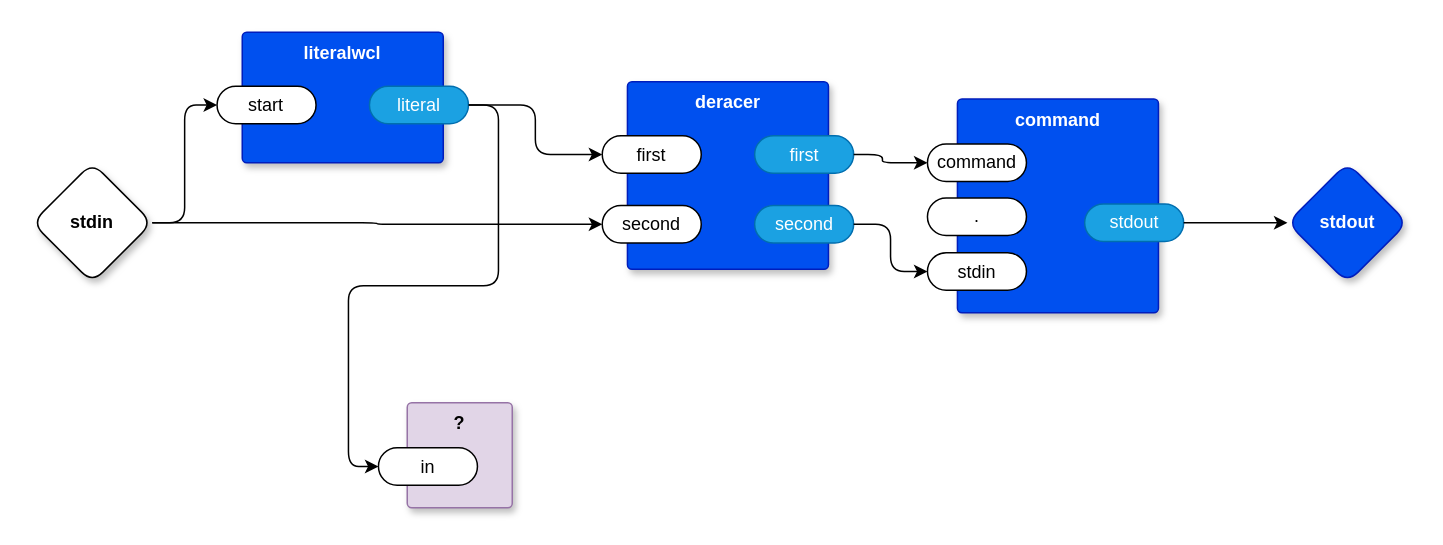
Before: page "softwcl" (5 of 5) of vsh.drawio in guitarvydas/odin0d, a draw.io diagram. Source tidied: cells renumbered, new cells numbered last; positions are measured from the earlier drawing's top-left corner, leaving out a move shared by most shapes. Both pictures are drawn from the tidied source at 150%, with x=0, y=0 at pixel (32, 32).
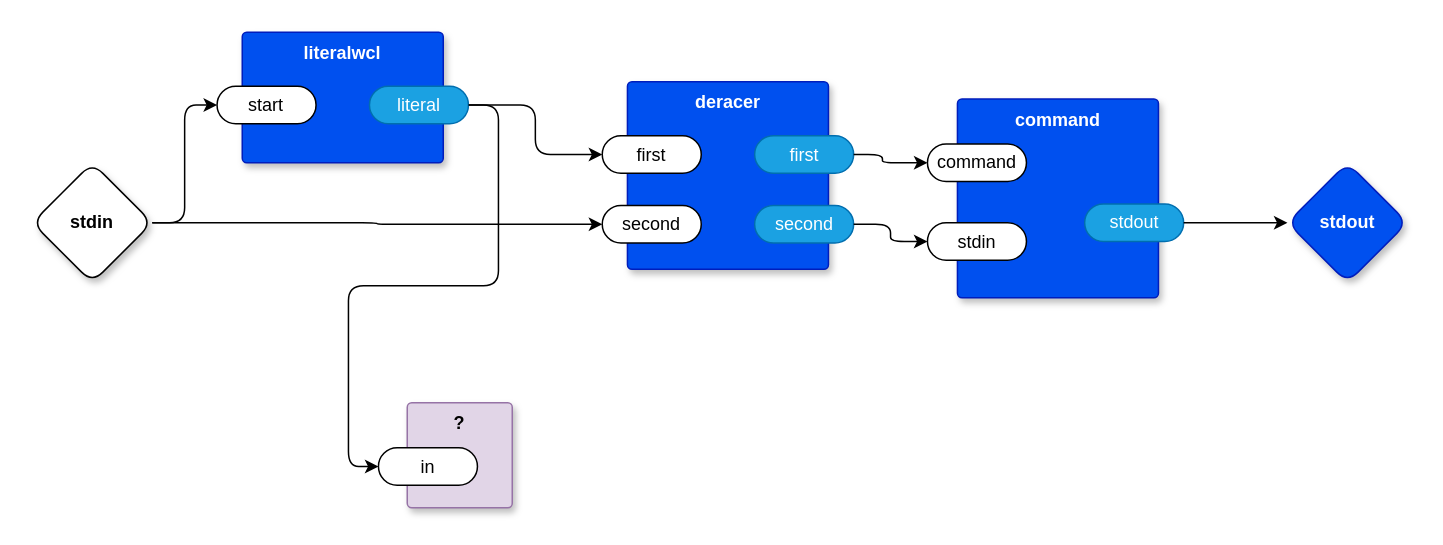
After the change.

The change refers to these unchanged cells:
```xml
<mxCell id="15" value="literal" style="rounded=1;whiteSpace=wrap;html=1;sketch=0;points=[[0,0.5,0,0,0],[1,0.5,0,0,0]];fillColor=#1ba1e2;fontColor=#ffffff;strokeColor=#006EAF;arcSize=50;" parent="13" vertex="1">
  <mxGeometry x="84.8" y="36" width="66" height="25" as="geometry" />
</mxCell>
<mxCell id="25" value="in" style="rounded=1;whiteSpace=wrap;html=1;sketch=0;points=[[0,0.5,0,0,0],[1,0.5,0,0,0]];arcSize=50;" parent="24" vertex="1">
  <mxGeometry x="-19.2" y="30" width="66" height="25" as="geometry" />
</mxCell>
```

What changed in the source:
```diff
@@
     <mxCell id="2" value="command" style="rounded=1;whiteSpace=wrap;html=1;sketch=0;verticalAlign=top;arcSize=6;fontStyle=1;absoluteArcSize=1;shadow=1;strokeColor=#001DBC;fillColor=#0050ef;fontColor=#ffffff;" parent="1" vertex="1">
-      <mxGeometry x="616.8" y="44.5" width="134" height="142.5" as="geometry" />
+      <mxGeometry x="616.8" y="44.5" width="134" height="132.5" as="geometry" />
     </mxCell>
-    <mxCell id="3" value="." style="rounded=1;whiteSpace=wrap;html=1;sketch=0;arcSize=50;" parent="2" vertex="1">
-      <mxGeometry x="-20" y="66" width="66" height="25" as="geometry" />
-    </mxCell>
@@
     <mxCell id="6" value="stdin" style="rounded=1;whiteSpace=wrap;html=1;sketch=0;points=[[0,0.5,0,0,0],[1,0.5,0,0,0]];arcSize=50;" parent="2" vertex="1">
-      <mxGeometry x="-20" y="102.5" width="66" height="25" as="geometry" />
+      <mxGeometry x="-20" y="82.5" width="66" height="25" as="geometry" />
     </mxCell>
@@
-    <mxCell id="9" style="edgeStyle=orthogonalEdgeStyle;rounded=1;jettySize=auto;html=1;exitX=1;exitY=0.5;exitDx=0;exitDy=0;exitPerimeter=0;entryX=0;entryY=0.5;entryDx=0;entryDy=0;entryPerimeter=0;" parent="1" edge="1" source="15" target="25">
+    <mxCell id="9" style="edgeStyle=orthogonalEdgeStyle;shape=connector;rounded=1;jettySize=auto;html=1;exitX=1;exitY=0.5;exitDx=0;exitDy=0;exitPerimeter=0;entryX=0;entryY=0.5;entryDx=0;entryDy=0;entryPerimeter=0;labelBackgroundColor=default;strokeColor=default;fontFamily=Helvetica;fontSize=11;fontColor=default;endArrow=classic;" parent="1" edge="1" source="15" target="25">
       <mxGeometry relative="1" as="geometry" />
     </mxCell>
```
